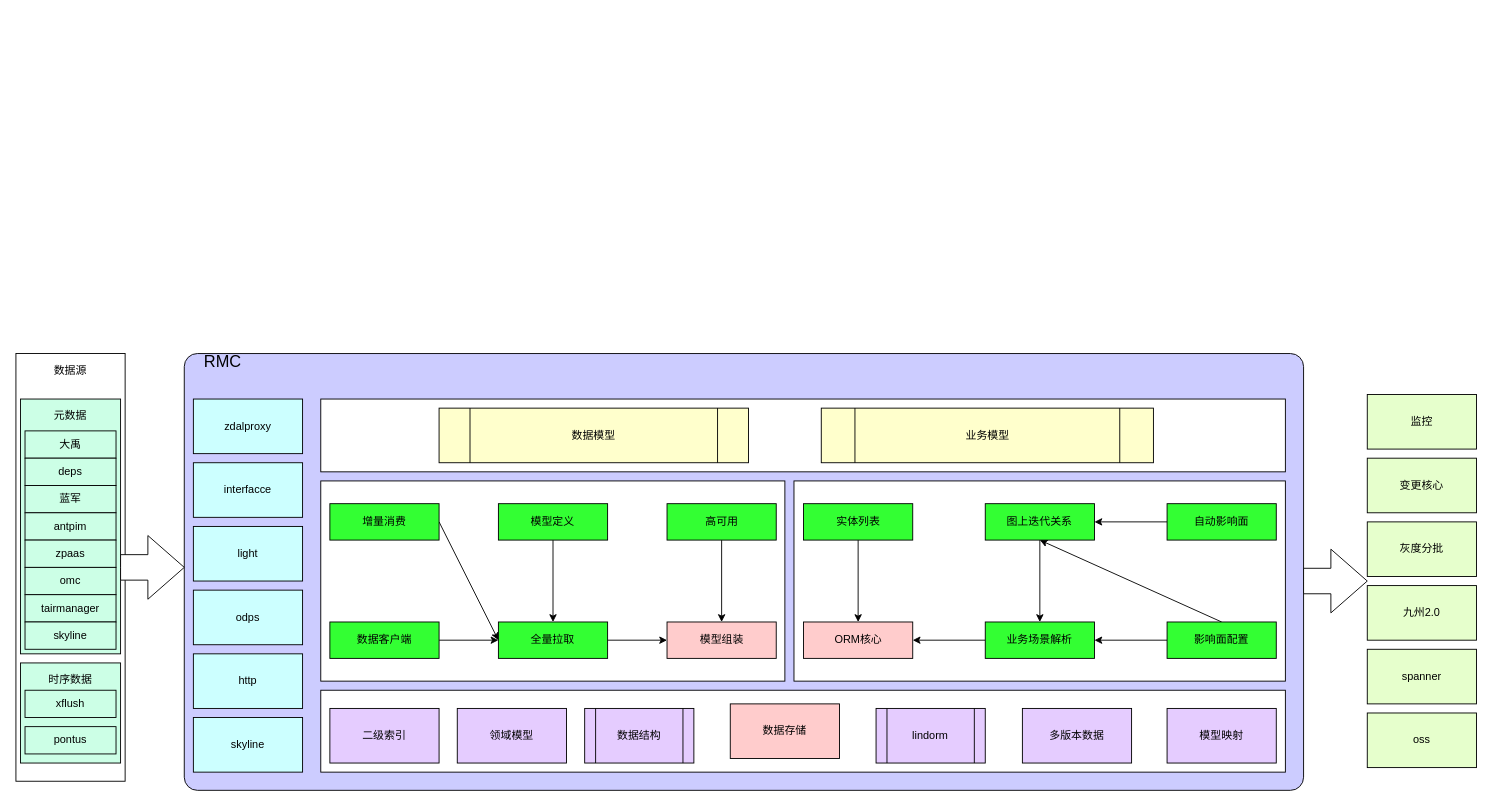
Earlier version of the draw.io diagram 元数据模型.drawio (frankneu/draw.io). Source tidied: cells renumbered, new cells numbered last; positions are measured from the earlier drawing's top-left corner, leaving out a move shared by most shapes. Both pictures are drawn from the tidied source at 91%, with x=0, y=0 at pixel (15, 353).
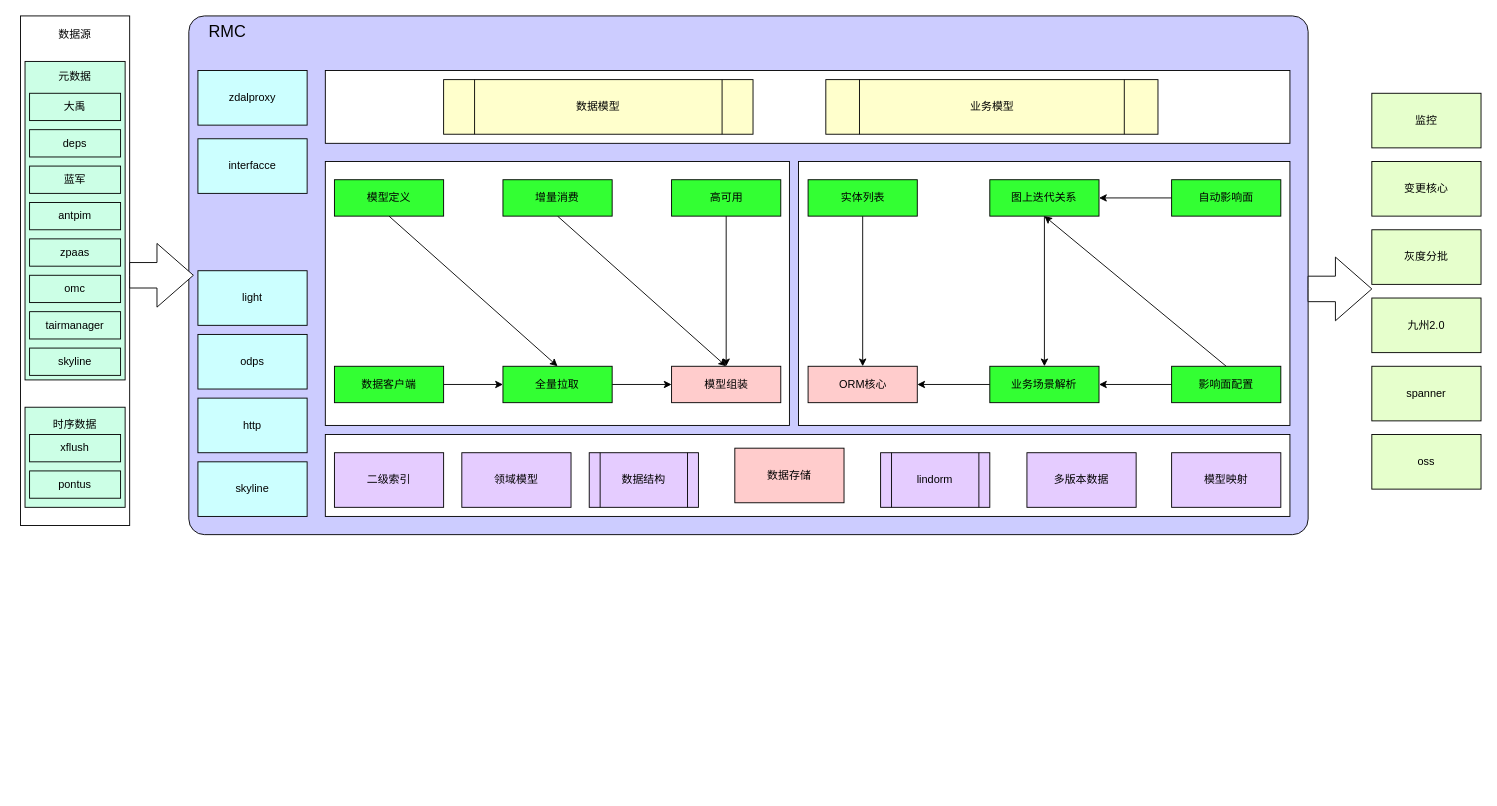
The same diagram, later.

Commit message:
Update 元数据模型.drawio

Diff of the diagram source:
```diff
@@
-    <mxCell id="2" value="数据源&lt;br&gt;&lt;br&gt;&lt;br&gt;&lt;br&gt;&lt;br&gt;&lt;br&gt;&lt;br&gt;&lt;br&gt;&lt;br&gt;&lt;br&gt;&lt;br&gt;&lt;br&gt;&lt;br&gt;&lt;br&gt;&lt;br&gt;&lt;br&gt;&lt;br&gt;&lt;br&gt;&lt;br&gt;&lt;br&gt;&lt;br&gt;&lt;br&gt;&lt;br&gt;&lt;br&gt;&lt;br&gt;&lt;br&gt;&lt;br&gt;&lt;br&gt;&lt;br&gt;&lt;br&gt;&lt;br&gt;" style="rounded=0;whiteSpace=wrap;html=1;" parent="1" vertex="1">
-      <mxGeometry width="120" height="470" as="geometry" />
+    <mxCell id="2" value="数据源&lt;br&gt;&lt;br&gt;&lt;br&gt;&lt;br&gt;&lt;br&gt;&lt;br&gt;&lt;br&gt;&lt;br&gt;&lt;br&gt;&lt;br&gt;&lt;br&gt;&lt;br&gt;&lt;br&gt;&lt;br&gt;&lt;br&gt;&lt;br&gt;&lt;br&gt;&lt;br&gt;&lt;br&gt;&lt;br&gt;&lt;br&gt;&lt;br&gt;&lt;br&gt;&lt;br&gt;&lt;br&gt;&lt;br&gt;&lt;br&gt;&lt;br&gt;&lt;br&gt;&lt;br&gt;&lt;br&gt;&lt;br&gt;&lt;br&gt;&lt;br&gt;&lt;br&gt;&lt;br&gt;&lt;br&gt;" style="rounded=0;whiteSpace=wrap;html=1;" parent="1" vertex="1">
+      <mxGeometry x="5" y="-371" width="120" height="560" as="geometry" />
     </mxCell>
-    <mxCell id="3" value="&amp;nbsp; &amp;nbsp; &amp;nbsp; &lt;font style=&quot;font-size: 18px&quot;&gt;RMC&lt;/font&gt;&lt;br&gt;&lt;br&gt;&lt;br&gt;&lt;br&gt;&lt;br&gt;&lt;br&gt;&lt;br&gt;&lt;br&gt;&lt;br&gt;&lt;br&gt;&lt;br&gt;&lt;br&gt;&lt;br&gt;&lt;br&gt;&lt;br&gt;&lt;br&gt;&lt;br&gt;&lt;br&gt;&lt;br&gt;&lt;br&gt;&lt;br&gt;&lt;br&gt;&lt;br&gt;&lt;br&gt;&lt;br&gt;&lt;br&gt;&lt;br&gt;&lt;br&gt;&lt;br&gt;&lt;br&gt;&lt;br&gt;&lt;br&gt;&lt;br&gt;" style="rounded=1;whiteSpace=wrap;html=1;align=left;fillColor=#CCCCFF;arcSize=3;" parent="1" vertex="1">
-      <mxGeometry x="185" width="1230" height="480" as="geometry" />
+    <mxCell id="3" value="&amp;nbsp; &amp;nbsp; &amp;nbsp; &lt;font style=&quot;font-size: 18px&quot;&gt;RMC&lt;/font&gt;&lt;br&gt;&lt;br&gt;&lt;br&gt;&lt;br&gt;&lt;br&gt;&lt;br&gt;&lt;br&gt;&lt;br&gt;&lt;br&gt;&lt;br&gt;&lt;br&gt;&lt;br&gt;&lt;br&gt;&lt;br&gt;&lt;br&gt;&lt;br&gt;&lt;br&gt;&lt;br&gt;&lt;br&gt;&lt;br&gt;&lt;br&gt;&lt;br&gt;&lt;br&gt;&lt;br&gt;&lt;br&gt;&lt;br&gt;&lt;br&gt;&lt;br&gt;&lt;br&gt;&lt;br&gt;&lt;br&gt;&lt;br&gt;&lt;br&gt;&lt;br&gt;&lt;br&gt;&lt;br&gt;&lt;br&gt;&lt;br&gt;" style="rounded=1;whiteSpace=wrap;html=1;align=left;fillColor=#CCCCFF;arcSize=3;" parent="1" vertex="1">
+      <mxGeometry x="190" y="-371" width="1230" height="570" as="geometry" />
     </mxCell>
-    <mxCell id="4" value="元数据&lt;br&gt;&lt;br&gt;&lt;br&gt;&lt;br&gt;&lt;br&gt;&lt;br&gt;&lt;br&gt;&lt;br&gt;&lt;br&gt;&lt;br&gt;&lt;br&gt;&lt;br&gt;&lt;br&gt;&lt;br&gt;&lt;br&gt;&lt;br&gt;&lt;br&gt;&lt;br&gt;" style="rounded=0;whiteSpace=wrap;html=1;fillColor=#CCFFE6;" parent="1" vertex="1">
-      <mxGeometry x="5" y="50" width="110" height="280" as="geometry" />
+    <mxCell id="4" value="元数据&lt;br&gt;&lt;br&gt;&lt;br&gt;&lt;br&gt;&lt;br&gt;&lt;br&gt;&lt;br&gt;&lt;br&gt;&lt;br&gt;&lt;br&gt;&lt;br&gt;&lt;br&gt;&lt;br&gt;&lt;br&gt;&lt;br&gt;&lt;br&gt;&lt;br&gt;&lt;br&gt;&lt;br&gt;&lt;br&gt;&lt;br&gt;&lt;br&gt;&lt;br&gt;" style="rounded=0;whiteSpace=wrap;html=1;fillColor=#CCFFE6;" parent="1" vertex="1">
+      <mxGeometry x="10" y="-321" width="110" height="350" as="geometry" />
     </mxCell>
     <mxCell id="5" value="时序数据&lt;br&gt;&lt;br&gt;&lt;br&gt;&lt;br&gt;&lt;br&gt;&lt;br&gt;" style="rounded=0;whiteSpace=wrap;html=1;fillColor=#CCFFE6;" parent="1" vertex="1">
-      <mxGeometry x="5" y="340" width="110" height="110" as="geometry" />
+      <mxGeometry x="10" y="59" width="110" height="110" as="geometry" />
     </mxCell>
     <mxCell id="6" value="大禹" style="rounded=0;whiteSpace=wrap;html=1;fillColor=#CCFFE6;" parent="1" vertex="1">
-      <mxGeometry x="10" y="85" width="100" height="30" as="geometry" />
+      <mxGeometry x="15" y="-286" width="100" height="30" as="geometry" />
     </mxCell>
     <mxCell id="7" value="deps" style="rounded=0;whiteSpace=wrap;html=1;fillColor=#CCFFE6;" parent="1" vertex="1">
-      <mxGeometry x="10" y="115" width="100" height="30" as="geometry" />
+      <mxGeometry x="15" y="-246" width="100" height="30" as="geometry" />
     </mxCell>
     <mxCell id="8" value="蓝军" style="rounded=0;whiteSpace=wrap;html=1;fillColor=#CCFFE6;" parent="1" vertex="1">
-      <mxGeometry x="10" y="145" width="100" height="30" as="geometry" />
+      <mxGeometry x="15" y="-206" width="100" height="30" as="geometry" />
     </mxCell>
     <mxCell id="9" value="antpim" style="rounded=0;whiteSpace=wrap;html=1;fillColor=#CCFFE6;" parent="1" vertex="1">
-      <mxGeometry x="10" y="175" width="100" height="30" as="geometry" />
+      <mxGeometry x="15" y="-166" width="100" height="30" as="geometry" />
     </mxCell>
     <mxCell id="10" value="zpaas" style="rounded=0;whiteSpace=wrap;html=1;fillColor=#CCFFE6;" parent="1" vertex="1">
-      <mxGeometry x="10" y="205" width="100" height="30" as="geometry" />
+      <mxGeometry x="15" y="-126" width="100" height="30" as="geometry" />
     </mxCell>
     <mxCell id="11" value="omc" style="rounded=0;whiteSpace=wrap;html=1;fillColor=#CCFFE6;" parent="1" vertex="1">
-      <mxGeometry x="10" y="235" width="100" height="30" as="geometry" />
+      <mxGeometry x="15" y="-86" width="100" height="30" as="geometry" />
     </mxCell>
     <mxCell id="12" value="tairmanager" style="rounded=0;whiteSpace=wrap;html=1;fillColor=#CCFFE6;" parent="1" vertex="1">
-      <mxGeometry x="10" y="265" width="100" height="30" as="geometry" />
+      <mxGeometry x="15" y="-46" width="100" height="30" as="geometry" />
     </mxCell>
     <mxCell id="13" value="skyline" style="rounded=0;whiteSpace=wrap;html=1;fillColor=#CCFFE6;" parent="1" vertex="1">
-      <mxGeometry x="10" y="295" width="100" height="30" as="geometry" />
+      <mxGeometry x="15" y="-6" width="100" height="30" as="geometry" />
     </mxCell>
     <mxCell id="14" value="pontus" style="rounded=0;whiteSpace=wrap;html=1;fillColor=#CCFFE6;" parent="1" vertex="1">
-      <mxGeometry x="10" y="410" width="100" height="30" as="geometry" />
+      <mxGeometry x="15" y="129" width="100" height="30" as="geometry" />
     </mxCell>
     <mxCell id="15" value="xflush" style="rounded=0;whiteSpace=wrap;html=1;fillColor=#CCFFE6;" parent="1" vertex="1">
-      <mxGeometry x="10" y="370" width="100" height="30" as="geometry" />
+      <mxGeometry x="15" y="89" width="100" height="30" as="geometry" />
     </mxCell>
     <mxCell id="16" style="rounded=0;whiteSpace=wrap;html=1;" parent="1" vertex="1">
-      <mxGeometry x="335" y="50" width="1060" height="80" as="geometry" />
+      <mxGeometry x="340" y="-311" width="1060" height="80" as="geometry" />
     </mxCell>
     <mxCell id="17" style="rounded=0;whiteSpace=wrap;html=1;" parent="1" vertex="1">
-      <mxGeometry x="855" y="140" width="540" height="220" as="geometry" />
+      <mxGeometry x="860" y="-211" width="540" height="290" as="geometry" />
     </mxCell>
     <mxCell id="18" style="rounded=0;whiteSpace=wrap;html=1;" parent="1" vertex="1">
-      <mxGeometry x="335" y="370" width="1060" height="90" as="geometry" />
+      <mxGeometry x="340" y="89" width="1060" height="90" as="geometry" />
     </mxCell>
     <mxCell id="19" style="rounded=0;whiteSpace=wrap;html=1;" parent="1" vertex="1">
-      <mxGeometry x="335" y="140" width="510" height="220" as="geometry" />
+      <mxGeometry x="340" y="-211" width="510" height="290" as="geometry" />
     </mxCell>
-    <mxCell id="20" style="rounded=0;jettySize=auto;html=1;exitX=1;exitY=0.5;exitDx=0;exitDy=0;entryX=0;entryY=0.5;entryDx=0;entryDy=0;" parent="1" edge="1" source="21" target="27">
+    <mxCell id="20" style="rounded=0;jettySize=auto;html=1;exitX=0.5;exitY=1;exitDx=0;exitDy=0;entryX=0.5;entryY=0;entryDx=0;entryDy=0;" parent="1" edge="1" source="21" target="27">
       <mxGeometry relative="1" as="geometry" />
     </mxCell>
-    <mxCell id="21" value="增量消费" style="rounded=0;whiteSpace=wrap;html=1;fillColor=#33FF33;" parent="1" vertex="1">
-      <mxGeometry x="345" y="165" width="120" height="40" as="geometry" />
+    <mxCell id="21" value="模型定义" style="rounded=0;whiteSpace=wrap;html=1;fillColor=#33FF33;" parent="1" vertex="1">
+      <mxGeometry x="350" y="-191" width="120" height="40" as="geometry" />
     </mxCell>
@@
     <mxCell id="23" value="数据客户端" style="rounded=0;whiteSpace=wrap;html=1;fillColor=#33FF33;" parent="1" vertex="1">
-      <mxGeometry x="345" y="295" width="120" height="40" as="geometry" />
+      <mxGeometry x="350" y="14" width="120" height="40" as="geometry" />
     </mxCell>
-    <mxCell id="24" style="edgeStyle=orthogonalEdgeStyle;rounded=0;jettySize=auto;html=1;exitX=0.5;exitY=1;exitDx=0;exitDy=0;entryX=0.5;entryY=0;entryDx=0;entryDy=0;" parent="1" edge="1" source="25" target="27">
+    <mxCell id="24" style="rounded=0;jettySize=auto;html=1;exitX=0.5;exitY=1;exitDx=0;exitDy=0;entryX=0.5;entryY=0;entryDx=0;entryDy=0;" parent="1" edge="1" source="25" target="28">
       <mxGeometry relative="1" as="geometry" />
     </mxCell>
-    <mxCell id="25" value="模型定义" style="rounded=0;whiteSpace=wrap;html=1;fillColor=#33FF33;" parent="1" vertex="1">
-      <mxGeometry x="530.2" y="165" width="120" height="40" as="geometry" />
+    <mxCell id="25" value="&lt;span style=&quot;white-space: normal&quot;&gt;增量消费&lt;/span&gt;" style="rounded=0;whiteSpace=wrap;html=1;fillColor=#33FF33;" parent="1" vertex="1">
+      <mxGeometry x="535.2" y="-191" width="120" height="40" as="geometry" />
     </mxCell>
@@
     <mxCell id="27" value="全量拉取" style="rounded=0;whiteSpace=wrap;html=1;fillColor=#33FF33;" parent="1" vertex="1">
-      <mxGeometry x="530.2" y="295" width="120" height="40" as="geometry" />
+      <mxGeometry x="535.2" y="14" width="120" height="40" as="geometry" />
     </mxCell>
     <mxCell id="28" value="模型组装" style="rounded=0;whiteSpace=wrap;html=1;fillColor=#FFCCCC;" parent="1" vertex="1">
-      <mxGeometry x="715.5" y="295" width="120" height="40" as="geometry" />
+      <mxGeometry x="720.5" y="14" width="120" height="40" as="geometry" />
     </mxCell>
     <mxCell id="29" value="数据存储" style="rounded=0;whiteSpace=wrap;html=1;fillColor=#FFCCCC;" parent="1" vertex="1">
-      <mxGeometry x="785" y="385" width="120" height="60" as="geometry" />
+      <mxGeometry x="790" y="104" width="120" height="60" as="geometry" />
     </mxCell>
     <mxCell id="30" value="ORM核心" style="rounded=0;whiteSpace=wrap;html=1;fillColor=#FFCCCC;" parent="1" vertex="1">
-      <mxGeometry x="865.5" y="295" width="120" height="40" as="geometry" />
+      <mxGeometry x="870.5" y="14" width="120" height="40" as="geometry" />
     </mxCell>
@@
     <mxCell id="32" value="业务场景解析" style="rounded=0;whiteSpace=wrap;html=1;fillColor=#33FF33;" parent="1" vertex="1">
-      <mxGeometry x="1065.2" y="295" width="120" height="40" as="geometry" />
+      <mxGeometry x="1070.2" y="14" width="120" height="40" as="geometry" />
     </mxCell>
@@
     <mxCell id="35" value="影响面配置" style="rounded=0;whiteSpace=wrap;html=1;fillColor=#33FF33;" parent="1" vertex="1">
-      <mxGeometry x="1265" y="295" width="120" height="40" as="geometry" />
+      <mxGeometry x="1270" y="14" width="120" height="40" as="geometry" />
     </mxCell>
     <mxCell id="36" value="二级索引" style="rounded=0;whiteSpace=wrap;html=1;fillColor=#E5CCFF;" parent="1" vertex="1">
-      <mxGeometry x="345" y="390" width="120" height="60" as="geometry" />
+      <mxGeometry x="350" y="109" width="120" height="60" as="geometry" />
     </mxCell>
     <mxCell id="37" value="模型映射" style="rounded=0;whiteSpace=wrap;html=1;fillColor=#E5CCFF;" parent="1" vertex="1">
-      <mxGeometry x="1265" y="390" width="120" height="60" as="geometry" />
+      <mxGeometry x="1270" y="109" width="120" height="60" as="geometry" />
     </mxCell>
@@
     <mxCell id="39" value="实体列表" style="rounded=0;whiteSpace=wrap;html=1;fillColor=#33FF33;" parent="1" vertex="1">
-      <mxGeometry x="865.5" y="165" width="120" height="40" as="geometry" />
+      <mxGeometry x="870.5" y="-191" width="120" height="40" as="geometry" />
     </mxCell>
@@
     <mxCell id="41" value="图上迭代关系" style="rounded=0;whiteSpace=wrap;html=1;fillColor=#33FF33;" parent="1" vertex="1">
-      <mxGeometry x="1065.2" y="165" width="120" height="40" as="geometry" />
+      <mxGeometry x="1070.2" y="-191" width="120" height="40" as="geometry" />
     </mxCell>
     <mxCell id="42" value="数据模型" style="shape=process;whiteSpace=wrap;html=1;backgroundOutline=1;fillColor=#FFFFCC;" parent="1" vertex="1">
-      <mxGeometry x="465" y="60" width="340" height="60" as="geometry" />
+      <mxGeometry x="470" y="-301" width="340" height="60" as="geometry" />
     </mxCell>
     <mxCell id="43" value="业务模型" style="shape=process;whiteSpace=wrap;html=1;backgroundOutline=1;fillColor=#FFFFCC;" parent="1" vertex="1">
-      <mxGeometry x="885" y="60" width="365" height="60" as="geometry" />
+      <mxGeometry x="890" y="-301" width="365" height="60" as="geometry" />
     </mxCell>
     <mxCell id="44" value="数据结构" style="shape=process;whiteSpace=wrap;html=1;backgroundOutline=1;fillColor=#E5CCFF;" parent="1" vertex="1">
-      <mxGeometry x="625" y="390" width="120" height="60" as="geometry" />
+      <mxGeometry x="630" y="109" width="120" height="60" as="geometry" />
     </mxCell>
@@
     <mxCell id="46" value="高可用" style="rounded=0;whiteSpace=wrap;html=1;fillColor=#33FF33;" parent="1" vertex="1">
-      <mxGeometry x="715.5" y="165" width="120" height="40" as="geometry" />
+      <mxGeometry x="720.5" y="-191" width="120" height="40" as="geometry" />
     </mxCell>
@@
     <mxCell id="48" value="自动影响面" style="rounded=0;whiteSpace=wrap;html=1;fillColor=#33FF33;" parent="1" vertex="1">
-      <mxGeometry x="1265" y="165" width="120" height="40" as="geometry" />
+      <mxGeometry x="1270" y="-191" width="120" height="40" as="geometry" />
     </mxCell>
     <mxCell id="49" value="领域模型" style="rounded=0;whiteSpace=wrap;html=1;fillColor=#E5CCFF;" parent="1" vertex="1">
-      <mxGeometry x="485" y="390" width="120" height="60" as="geometry" />
+      <mxGeometry x="490" y="109" width="120" height="60" as="geometry" />
     </mxCell>
     <mxCell id="50" value="多版本数据" style="rounded=0;whiteSpace=wrap;html=1;fillColor=#E5CCFF;" parent="1" vertex="1">
-      <mxGeometry x="1106" y="390" width="120" height="60" as="geometry" />
+      <mxGeometry x="1111" y="109" width="120" height="60" as="geometry" />
     </mxCell>
     <mxCell id="51" value="监控" style="rounded=0;whiteSpace=wrap;html=1;fillColor=#E6FFCC;" parent="1" vertex="1">
-      <mxGeometry x="1485" y="45" width="120" height="60" as="geometry" />
+      <mxGeometry x="1490" y="-286" width="120" height="60" as="geometry" />
     </mxCell>
     <mxCell id="52" value="变更核心" style="rounded=0;whiteSpace=wrap;html=1;fillColor=#E6FFCC;" parent="1" vertex="1">
-      <mxGeometry x="1485" y="115" width="120" height="60" as="geometry" />
+      <mxGeometry x="1490" y="-211" width="120" height="60" as="geometry" />
     </mxCell>
     <mxCell id="53" value="灰度分批" style="rounded=0;whiteSpace=wrap;html=1;fillColor=#E6FFCC;" parent="1" vertex="1">
-      <mxGeometry x="1485" y="185" width="120" height="60" as="geometry" />
+      <mxGeometry x="1490" y="-136" width="120" height="60" as="geometry" />
     </mxCell>
     <mxCell id="54" value="九州2.0" style="rounded=0;whiteSpace=wrap;html=1;fillColor=#E6FFCC;" parent="1" vertex="1">
-      <mxGeometry x="1485" y="255" width="120" height="60" as="geometry" />
+      <mxGeometry x="1490" y="-61" width="120" height="60" as="geometry" />
     </mxCell>
     <mxCell id="55" value="spanner" style="rounded=0;whiteSpace=wrap;html=1;fillColor=#E6FFCC;" parent="1" vertex="1">
-      <mxGeometry x="1485" y="325" width="120" height="60" as="geometry" />
+      <mxGeometry x="1490" y="14" width="120" height="60" as="geometry" />
     </mxCell>
     <mxCell id="56" value="oss" style="rounded=0;whiteSpace=wrap;html=1;fillColor=#E6FFCC;" parent="1" vertex="1">
-      <mxGeometry x="1485" y="395" width="120" height="60" as="geometry" />
+      <mxGeometry x="1490" y="89" width="120" height="60" as="geometry" />
     </mxCell>
     <mxCell id="57" value="lindorm" style="shape=process;whiteSpace=wrap;html=1;backgroundOutline=1;fillColor=#E5CCFF;" parent="1" vertex="1">
-      <mxGeometry x="945.2" y="390" width="120" height="60" as="geometry" />
+      <mxGeometry x="950.2" y="109" width="120" height="60" as="geometry" />
     </mxCell>
     <mxCell id="58" value="zdalproxy" style="rounded=0;whiteSpace=wrap;html=1;fillColor=#CCFFFF;" parent="1" vertex="1">
-      <mxGeometry x="195" y="50" width="120" height="60" as="geometry" />
+      <mxGeometry x="200" y="-311" width="120" height="60" as="geometry" />
     </mxCell>
     <mxCell id="59" value="interfacce" style="rounded=0;whiteSpace=wrap;html=1;fillColor=#CCFFFF;" parent="1" vertex="1">
-      <mxGeometry x="195" y="120" width="120" height="60" as="geometry" />
+      <mxGeometry x="200" y="-236" width="120" height="60" as="geometry" />
     </mxCell>
     <mxCell id="60" value="light" style="rounded=0;whiteSpace=wrap;html=1;fillColor=#CCFFFF;" parent="1" vertex="1">
-      <mxGeometry x="195" y="190" width="120" height="60" as="geometry" />
+      <mxGeometry x="200" y="-91" width="120" height="60" as="geometry" />
     </mxCell>
     <mxCell id="61" value="odps" style="rounded=0;whiteSpace=wrap;html=1;fillColor=#CCFFFF;" parent="1" vertex="1">
-      <mxGeometry x="195" y="260" width="120" height="60" as="geometry" />
+      <mxGeometry x="200" y="-21" width="120" height="60" as="geometry" />
     </mxCell>
     <mxCell id="62" value="http" style="rounded=0;whiteSpace=wrap;html=1;fillColor=#CCFFFF;" parent="1" vertex="1">
-      <mxGeometry x="195" y="330" width="120" height="60" as="geometry" />
+      <mxGeometry x="200" y="49" width="120" height="60" as="geometry" />
     </mxCell>
     <mxCell id="63" value="skyline" style="rounded=0;whiteSpace=wrap;html=1;fillColor=#CCFFFF;" parent="1" vertex="1">
-      <mxGeometry x="195" y="400" width="120" height="60" as="geometry" />
+      <mxGeometry x="200" y="119" width="120" height="60" as="geometry" />
     </mxCell>
@@
     <mxCell id="65" style="html=1;shadow=0;dashed=0;align=center;verticalAlign=middle;shape=mxgraph.arrows2.arrow;dy=0.6;dx=40;notch=0;" parent="1" vertex="1">
-      <mxGeometry x="115" y="200" width="70" height="70" as="geometry" />
+      <mxGeometry x="125" y="-121" width="70" height="70" as="geometry" />
     </mxCell>
     <mxCell id="66" style="html=1;shadow=0;dashed=0;align=center;verticalAlign=middle;shape=mxgraph.arrows2.arrow;dy=0.6;dx=40;notch=0;" parent="1" vertex="1">
-      <mxGeometry x="1415" y="215" width="70" height="70" as="geometry" />
+      <mxGeometry x="1420" y="-106" width="70" height="70" as="geometry" />
     </mxCell>
```
